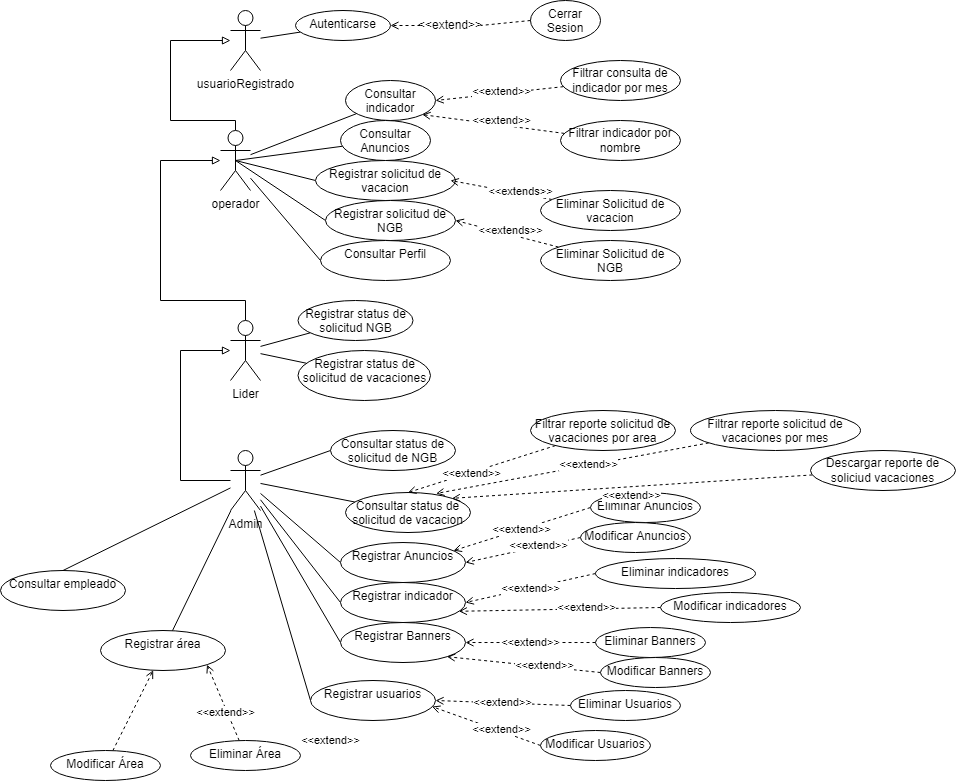
Earlier version of the draw.io export Recursos_de_Proyecto/Diagrama Casos de Usos NatGas.drawio.png (AndresMaganaPerez/Phantom_tc2005b). Source tidied: cells renumbered, new cells last; positions are measured from the earlier drawing's top-left corner, leaving out a move shared by most shapes.
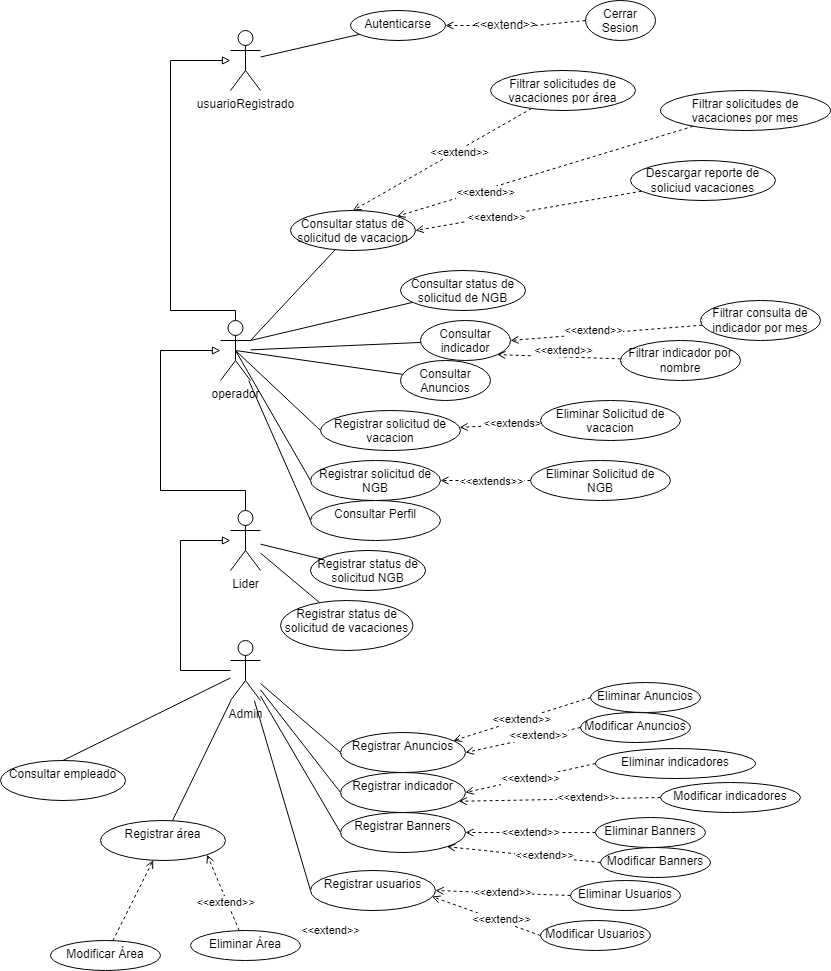
Above is the later version.

Commit message:
Mover consultar status vac y NGB a operador

What changed in the source:
```diff
@@ -10,7 +10,7 @@
         <Array as="points">
           <mxPoint x="235" y="120" />
           <mxPoint x="170" y="120" />
-          <mxPoint x="170" y="40" />
+          <mxPoint x="170" y="-130" />
         </Array>
       </mxGeometry>
     </mxCell>
@@ -30,25 +30,25 @@
       <mxGeometry x="220" y="130" width="30" height="60" as="geometry" />
     </mxCell>
     <mxCell id="9" value="Consultar indicador" style="ellipse;whiteSpace=wrap;html=1;verticalAlign=top;" parent="1" vertex="1">
-      <mxGeometry x="345" y="80" width="90" height="40" as="geometry" />
+      <mxGeometry x="420" y="130" width="90" height="40" as="geometry" />
     </mxCell>
     <mxCell id="10" value="Consultar Anuncios&lt;br&gt;&lt;span style=&quot;color: rgba(0 , 0 , 0 , 0) ; font-family: monospace ; font-size: 0px&quot;&gt;%3CmxGraphModel%3E%3Croot%3E%3CmxCell%20id%3D%220%22%2F%3E%3CmxCell%20id%3D%221%22%20parent%3D%220%22%2F%3E%3CmxCell%20id%3D%222%22%20value%3D%22Consultar%20Reporte%22%20style%3D%22ellipse%3BwhiteSpace%3Dwrap%3Bhtml%3D1%3BverticalAlign%3Dtop%3B%22%20vertex%3D%221%22%20parent%3D%221%22%3E%3CmxGeometry%20x%3D%22330%22%20y%3D%2290%22%20width%3D%2290%22%20height%3D%2240%22%20as%3D%22geometry%22%2F%3E%3C%2FmxCell%3E%3C%2Froot%3E%3C%2FmxGraphModel%3E&lt;/span&gt;" style="ellipse;whiteSpace=wrap;html=1;verticalAlign=top;" parent="1" vertex="1">
-      <mxGeometry x="340" y="120" width="90" height="40" as="geometry" />
+      <mxGeometry x="400" y="170" width="90" height="40" as="geometry" />
     </mxCell>
     <mxCell id="11" value="Registrar solicitud de vacacion" style="ellipse;whiteSpace=wrap;html=1;verticalAlign=top;" parent="1" vertex="1">
-      <mxGeometry x="315" y="160" width="140" height="40" as="geometry" />
+      <mxGeometry x="320" y="220" width="140" height="40" as="geometry" />
     </mxCell>
     <mxCell id="12" value="Registrar solicitud de NGB" style="ellipse;whiteSpace=wrap;html=1;verticalAlign=top;" parent="1" vertex="1">
-      <mxGeometry x="325" y="200" width="130" height="40" as="geometry" />
+      <mxGeometry x="310" y="270" width="130" height="40" as="geometry" />
     </mxCell>
     <mxCell id="13" style="edgeStyle=none;rounded=0;jettySize=auto;html=1;endArrow=none;endFill=0;" parent="1" edge="1" source="14" target="15">
       <mxGeometry relative="1" as="geometry" />
     </mxCell>
     <mxCell id="14" value="usuarioRegistrado" style="shape=umlActor;verticalLabelPosition=bottom;verticalAlign=top;html=1;outlineConnect=0;" parent="1" vertex="1">
-      <mxGeometry x="230" y="10" width="30" height="60" as="geometry" />
+      <mxGeometry x="230" y="-160" width="30" height="60" as="geometry" />
     </mxCell>
     <mxCell id="15" value="Autenticarse" style="ellipse;whiteSpace=wrap;html=1;verticalAlign=top;" parent="1" vertex="1">
-      <mxGeometry x="295" y="10" width="95" height="30" as="geometry" />
+      <mxGeometry x="350" y="-180" width="95" height="30" as="geometry" />
     </mxCell>
     <mxCell id="16" style="edgeStyle=orthogonalEdgeStyle;rounded=0;jettySize=auto;html=1;exitX=0.5;exitY=0;exitDx=0;exitDy=0;exitPerimeter=0;endArrow=block;endFill=0;" parent="1" edge="1" source="19" target="8">
       <mxGeometry relative="1" as="geometry">
@@ -69,16 +69,16 @@
       <mxGeometry x="230" y="320" width="30" height="60" as="geometry" />
     </mxCell>
     <mxCell id="20" value="Registrar status de solicitud NGB" style="ellipse;whiteSpace=wrap;html=1;verticalAlign=top;" parent="1" vertex="1">
-      <mxGeometry x="297.5" y="300" width="115" height="40" as="geometry" />
+      <mxGeometry x="310" y="360" width="115" height="40" as="geometry" />
     </mxCell>
     <mxCell id="21" value="Registrar status de solicitud de vacaciones" style="ellipse;whiteSpace=wrap;html=1;verticalAlign=top;" parent="1" vertex="1">
-      <mxGeometry x="297.5" y="350" width="132.5" height="50" as="geometry" />
+      <mxGeometry x="280" y="410" width="132.5" height="50" as="geometry" />
     </mxCell>
     <mxCell id="22" style="edgeStyle=none;rounded=0;jettySize=auto;html=1;exitX=0;exitY=0.5;exitDx=0;exitDy=0;entryX=1;entryY=0.5;entryDx=0;entryDy=0;dashed=1;endArrow=open;endFill=0;startArrow=none;" parent="1" edge="1" source="71" target="15">
       <mxGeometry relative="1" as="geometry" />
     </mxCell>
     <mxCell id="23" value="Cerrar Sesion" style="ellipse;whiteSpace=wrap;html=1;verticalAlign=top;" parent="1" vertex="1">
-      <mxGeometry x="530" width="70" height="40" as="geometry" />
+      <mxGeometry x="585" y="-190" width="70" height="40" as="geometry" />
     </mxCell>
     <mxCell id="24" style="edgeStyle=orthogonalEdgeStyle;rounded=0;jettySize=auto;html=1;endArrow=block;endFill=0;" parent="1" edge="1" source="32" target="19">
       <mxGeometry relative="1" as="geometry">
@@ -88,9 +88,6 @@
         </Array>
       </mxGeometry>
     </mxCell>
-    <mxCell id="25" style="edgeStyle=none;rounded=0;jettySize=auto;html=1;endArrow=none;endFill=0;" parent="1" edge="1" source="32" target="33">
-      <mxGeometry relative="1" as="geometry" />
-    </mxCell>
     <mxCell id="26" style="edgeStyle=none;rounded=0;jettySize=auto;html=1;entryX=0;entryY=0.5;entryDx=0;entryDy=0;endArrow=none;endFill=0;" parent="1" edge="1" source="32" target="34">
       <mxGeometry relative="1" as="geometry" />
     </mxCell>
@@ -106,15 +103,9 @@
     <mxCell id="30" style="edgeStyle=none;rounded=0;jettySize=auto;html=1;entryX=0.5;entryY=0;entryDx=0;entryDy=0;endArrow=none;endFill=0;" parent="1" edge="1" source="32" target="90">
       <mxGeometry relative="1" as="geometry" />
     </mxCell>
-    <mxCell id="31" style="rounded=0;jettySize=auto;html=1;entryX=0;entryY=0.5;entryDx=0;entryDy=0;endArrow=none;endFill=0;" parent="1" edge="1" source="32" target="91">
-      <mxGeometry relative="1" as="geometry" />
-    </mxCell>
     <mxCell id="32" value="Admin" style="shape=umlActor;verticalLabelPosition=bottom;verticalAlign=top;html=1;outlineConnect=0;" parent="1" vertex="1">
       <mxGeometry x="230" y="450" width="30" height="60" as="geometry" />
     </mxCell>
-    <mxCell id="33" value="Consultar status de solicitud de vacacion" style="ellipse;whiteSpace=wrap;html=1;verticalAlign=top;" parent="1" vertex="1">
-      <mxGeometry x="345" y="492" width="125" height="40" as="geometry" />
-    </mxCell>
     <mxCell id="34" value="Registrar Anuncios" style="ellipse;whiteSpace=wrap;html=1;verticalAlign=top;" parent="1" vertex="1">
       <mxGeometry x="340" y="542" width="125" height="40" as="geometry" />
     </mxCell>
@@ -128,7 +119,7 @@
       <mxGeometry x="310" y="680" width="125" height="40" as="geometry" />
     </mxCell>
     <mxCell id="38" value="Consultar Perfil" style="ellipse;whiteSpace=wrap;html=1;verticalAlign=top;" parent="1" vertex="1">
-      <mxGeometry x="320" y="240" width="130" height="40" as="geometry" />
+      <mxGeometry x="310" y="310" width="130" height="40" as="geometry" />
     </mxCell>
     <mxCell id="39" value="&amp;lt;&amp;lt;extend&amp;gt;&amp;gt;" style="edgeStyle=none;rounded=0;jettySize=auto;html=1;exitX=0;exitY=0.5;exitDx=0;exitDy=0;entryX=0.904;entryY=0.203;entryDx=0;entryDy=0;dashed=1;endArrow=open;endFill=0;entryPerimeter=0;" parent="1" edge="1" source="40" target="34">
       <mxGeometry relative="1" as="geometry" />
@@ -190,16 +181,14 @@
     <mxCell id="58" value="Modificar Usuarios" style="ellipse;whiteSpace=wrap;html=1;verticalAlign=top;" parent="1" vertex="1">
       <mxGeometry x="540" y="730" width="110" height="30" as="geometry" />
     </mxCell>
-    <mxCell id="59" style="edgeStyle=none;rounded=0;jettySize=auto;html=1;dashed=1;endArrow=open;endFill=0;" parent="1" edge="1" source="61">
-      <mxGeometry relative="1" as="geometry">
-        <mxPoint x="450" y="180" as="targetPoint" />
-      </mxGeometry>
+    <mxCell id="59" style="edgeStyle=none;rounded=0;jettySize=auto;html=1;dashed=1;endArrow=open;endFill=0;" parent="1" edge="1" source="61" target="11">
+      <mxGeometry relative="1" as="geometry" />
     </mxCell>
     <mxCell id="60" value="&amp;lt;&amp;lt;extends&amp;gt;&amp;gt;" style="edgeLabel;html=1;align=center;verticalAlign=middle;" parent="59" vertex="1">
       <mxGeometry x="-0.35" y="-2" relative="1" as="geometry" />
     </mxCell>
     <mxCell id="61" value="Eliminar Solicitud de vacacion" style="ellipse;whiteSpace=wrap;html=1;verticalAlign=top;" parent="1" vertex="1">
-      <mxGeometry x="540" y="190" width="140" height="40" as="geometry" />
+      <mxGeometry x="540" y="210" width="140" height="40" as="geometry" />
     </mxCell>
     <mxCell id="62" style="edgeStyle=none;rounded=0;jettySize=auto;html=1;entryX=1;entryY=0.5;entryDx=0;entryDy=0;dashed=1;endArrow=open;endFill=0;" parent="1" edge="1" source="64" target="12">
       <mxGeometry relative="1" as="geometry" />
@@ -210,30 +199,28 @@
       </mxGeometry>
     </mxCell>
     <mxCell id="64" value="Eliminar Solicitud de NGB" style="ellipse;whiteSpace=wrap;html=1;verticalAlign=top;" parent="1" vertex="1">
-      <mxGeometry x="540" y="240" width="140" height="40" as="geometry" />
+      <mxGeometry x="530" y="270" width="140" height="40" as="geometry" />
     </mxCell>
-    <mxCell id="65" style="edgeStyle=none;rounded=0;jettySize=auto;html=1;entryX=1;entryY=0;entryDx=0;entryDy=0;dashed=1;endArrow=open;endFill=0;" parent="1" edge="1" source="67" target="33">
-      <mxGeometry relative="1" as="geometry" />
+    <mxCell id="65" style="edgeStyle=none;rounded=0;jettySize=auto;html=1;entryX=1;entryY=0;entryDx=0;entryDy=0;dashed=1;endArrow=open;endFill=0;" parent="1" edge="1" source="x">
+      <mxGeometry relative="1" as="geometry">
+        <mxPoint x="451.5" y="497.8" as="targetPoint" />
+      </mxGeometry>
     </mxCell>
     <mxCell id="66" value="&amp;lt;&amp;lt;extend&amp;gt;&amp;gt;" style="edgeLabel;html=1;align=center;verticalAlign=middle;" parent="65" vertex="1">
       <mxGeometry x="-0.17" y="-4" relative="1" as="geometry">
         <mxPoint x="-31" y="14" as="offset" />
       </mxGeometry>
     </mxCell>
-    <mxCell id="67" value="Descargar reporte de soliciud vacaciones" style="ellipse;whiteSpace=wrap;html=1;" parent="1" vertex="1">
-      <mxGeometry x="810" y="450" width="145" height="40" as="geometry" />
-    </mxCell>
-    <mxCell id="68" style="rounded=0;jettySize=auto;html=1;entryX=0.5;entryY=0;entryDx=0;entryDy=0;endArrow=open;endFill=0;dashed=1;" parent="1" edge="1" source="70" target="33">
-      <mxGeometry relative="1" as="geometry" />
+    <mxCell id="68" style="rounded=0;jettySize=auto;html=1;entryX=0.5;entryY=0;entryDx=0;entryDy=0;endArrow=open;endFill=0;dashed=1;" parent="1" edge="1" source="x">
+      <mxGeometry relative="1" as="geometry">
+        <mxPoint x="407.5" y="492" as="targetPoint" />
+      </mxGeometry>
     </mxCell>
     <mxCell id="69" value="&amp;lt;&amp;lt;extend&amp;gt;&amp;gt;" style="edgeLabel;html=1;align=center;verticalAlign=middle;" parent="68" vertex="1">
       <mxGeometry x="0.15" relative="1" as="geometry" />
     </mxCell>
-    <mxCell id="70" value="Filtrar reporte solicitud de vacaciones por area" style="ellipse;whiteSpace=wrap;html=1;verticalAlign=top;" parent="1" vertex="1">
-      <mxGeometry x="530" y="410" width="145" height="40" as="geometry" />
-    </mxCell>
     <mxCell id="71" value="&amp;lt;&amp;lt;extend&amp;gt;&amp;gt;" style="text;html=1;strokeColor=none;fillColor=none;align=center;verticalAlign=middle;whiteSpace=wrap;rounded=0;" parent="1" vertex="1">
-      <mxGeometry x="420" y="10" width="60" height="30" as="geometry" />
+      <mxGeometry x="475" y="-180" width="60" height="30" as="geometry" />
     </mxCell>
     <mxCell id="72" style="edgeStyle=none;rounded=0;jettySize=auto;html=1;exitX=0;exitY=0.5;exitDx=0;exitDy=0;entryX=1;entryY=0.5;entryDx=0;entryDy=0;dashed=1;endArrow=none;endFill=0;" parent="1" edge="1" source="23" target="71">
       <mxGeometry relative="1" as="geometry" />
@@ -247,7 +234,7 @@
       </mxGeometry>
     </mxCell>
     <mxCell id="75" value="Filtrar consulta de indicador por mes" style="ellipse;whiteSpace=wrap;html=1;" parent="1" vertex="1">
-      <mxGeometry x="560" y="60" width="120" height="40" as="geometry" />
+      <mxGeometry x="700" y="110" width="120" height="40" as="geometry" />
     </mxCell>
     <mxCell id="76" style="edgeStyle=none;rounded=0;jettySize=auto;html=1;entryX=1;entryY=1;entryDx=0;entryDy=0;dashed=1;endArrow=open;endFill=0;" parent="1" edge="1" source="78" target="9">
       <mxGeometry relative="1" as="geometry" />
@@ -258,17 +245,16 @@
       </mxGeometry>
     </mxCell>
     <mxCell id="78" value="Filtrar indicador por nombre" style="ellipse;whiteSpace=wrap;html=1;" parent="1" vertex="1">
-      <mxGeometry x="560" y="120" width="120" height="40" as="geometry" />
+      <mxGeometry x="620" y="150" width="120" height="40" as="geometry" />
     </mxCell>
-    <mxCell id="79" style="edgeStyle=none;rounded=0;jettySize=auto;html=1;entryX=0.725;entryY=0.025;entryDx=0;entryDy=0;entryPerimeter=0;dashed=1;endArrow=open;endFill=0;" parent="1" edge="1" source="81" target="33">
-      <mxGeometry relative="1" as="geometry" />
+    <mxCell id="79" style="edgeStyle=none;rounded=0;jettySize=auto;html=1;entryX=0.725;entryY=0.025;entryDx=0;entryDy=0;entryPerimeter=0;dashed=1;endArrow=open;endFill=0;" parent="1" edge="1" source="x">
+      <mxGeometry relative="1" as="geometry">
+        <mxPoint x="435.6" y="493" as="targetPoint" />
+      </mxGeometry>
     </mxCell>
     <mxCell id="80" value="&amp;lt;&amp;lt;extend&amp;gt;&amp;gt;" style="edgeLabel;html=1;align=center;verticalAlign=middle;" parent="79" vertex="1">
       <mxGeometry x="-0.12" y="-1" relative="1" as="geometry" />
     </mxCell>
-    <mxCell id="81" value="Filtrar reporte solicitud de vacaciones por mes" style="ellipse;whiteSpace=wrap;html=1;verticalAlign=top;" parent="1" vertex="1">
-      <mxGeometry x="690" y="410" width="170" height="40" as="geometry" />
-    </mxCell>
     <mxCell id="82" style="rounded=0;jettySize=auto;html=1;endArrow=none;endFill=0;" parent="1" edge="1" source="83" target="32">
       <mxGeometry relative="1" as="geometry" />
     </mxCell>
@@ -296,8 +282,46 @@
     <mxCell id="90" value="Consultar empleado" style="ellipse;whiteSpace=wrap;html=1;verticalAlign=top;" parent="1" vertex="1">
       <mxGeometry y="570" width="125" height="40" as="geometry" />
     </mxCell>
+    <mxCell id="92" style="edgeStyle=none;rounded=0;jettySize=auto;html=1;entryX=1;entryY=0.3333333333333333;entryDx=0;entryDy=0;entryPerimeter=0;endArrow=none;endFill=0;" parent="1" edge="1" source="91" target="8">
+      <mxGeometry relative="1" as="geometry" />
+    </mxCell>
     <mxCell id="91" value="Consultar status de solicitud de NGB" style="ellipse;whiteSpace=wrap;html=1;verticalAlign=top;" parent="1" vertex="1">
-      <mxGeometry x="330" y="430" width="125" height="40" as="geometry" />
+      <mxGeometry x="400" y="80" width="125" height="40" as="geometry" />
     </mxCell>
+    <mxCell id="93" style="rounded=0;jettySize=auto;html=1;entryX=1;entryY=0.3333333333333333;entryDx=0;entryDy=0;entryPerimeter=0;endArrow=none;endFill=0;" parent="1" edge="1" source="33" target="8">
+      <mxGeometry relative="1" as="geometry" />
+    </mxCell>
+    <mxCell id="33" value="Consultar status de solicitud de vacacion" style="ellipse;whiteSpace=wrap;html=1;verticalAlign=top;" parent="1" vertex="1">
+      <mxGeometry x="290" y="20" width="125" height="40" as="geometry" />
+    </mxCell>
+    <mxCell id="94" style="edgeStyle=none;rounded=0;jettySize=auto;html=1;dashed=1;endArrow=open;endFill=0;entryX=1;entryY=0.5;entryDx=0;entryDy=0;" parent="1" edge="1" source="67" target="33">
+      <mxGeometry relative="1" as="geometry" />
+    </mxCell>
+    <mxCell id="95" value="&amp;lt;&amp;lt;extend&amp;gt;&amp;gt;" style="edgeLabel;html=1;align=center;verticalAlign=middle;" parent="94" vertex="1">
+      <mxGeometry x="0.36" y="-1" relative="1" as="geometry">
+        <mxPoint x="8" as="offset" />
+      </mxGeometry>
+    </mxCell>
+    <mxCell id="67" value="Descargar reporte de soliciud vacaciones" style="ellipse;whiteSpace=wrap;html=1;" parent="1" vertex="1">
+      <mxGeometry x="630" y="-30" width="145" height="40" as="geometry" />
+    </mxCell>
+    <mxCell id="96" style="edgeStyle=none;rounded=0;jettySize=auto;html=1;entryX=0.5;entryY=0;entryDx=0;entryDy=0;endArrow=open;endFill=0;dashed=1;" parent="1" edge="1" source="98" target="33">
+      <mxGeometry relative="1" as="geometry" />
+    </mxCell>
+    <mxCell id="97" value="&amp;lt;&amp;lt;extend&amp;gt;&amp;gt;" style="edgeLabel;html=1;align=center;verticalAlign=middle;" parent="96" vertex="1">
+      <mxGeometry x="-0.17" y="2" relative="1" as="geometry" />
+    </mxCell>
+    <mxCell id="98" value="Filtrar solicitudes de vacaciones por área" style="ellipse;whiteSpace=wrap;html=1;verticalAlign=top;" parent="1" vertex="1">
+      <mxGeometry x="490" y="-120" width="145" height="40" as="geometry" />
+    </mxCell>
+    <mxCell id="99" style="edgeStyle=none;rounded=0;jettySize=auto;html=1;entryX=1;entryY=0;entryDx=0;entryDy=0;dashed=1;endArrow=open;endFill=0;" parent="1" edge="1" source="101" target="33">
+      <mxGeometry relative="1" as="geometry" />
+    </mxCell>
+    <mxCell id="100" value="&amp;lt;&amp;lt;extend&amp;gt;&amp;gt;" style="edgeLabel;html=1;align=center;verticalAlign=middle;" parent="99" vertex="1">
+      <mxGeometry x="0.41" y="2" relative="1" as="geometry" />
+    </mxCell>
+    <mxCell id="101" value="Filtrar solicitudes de vacaciones por mes" style="ellipse;whiteSpace=wrap;html=1;verticalAlign=top;" parent="1" vertex="1">
+      <mxGeometry x="660" y="-100" width="170" height="40" as="geometry" />
+    </mxCell>
   </root>
 </mxGraphModel>
```
